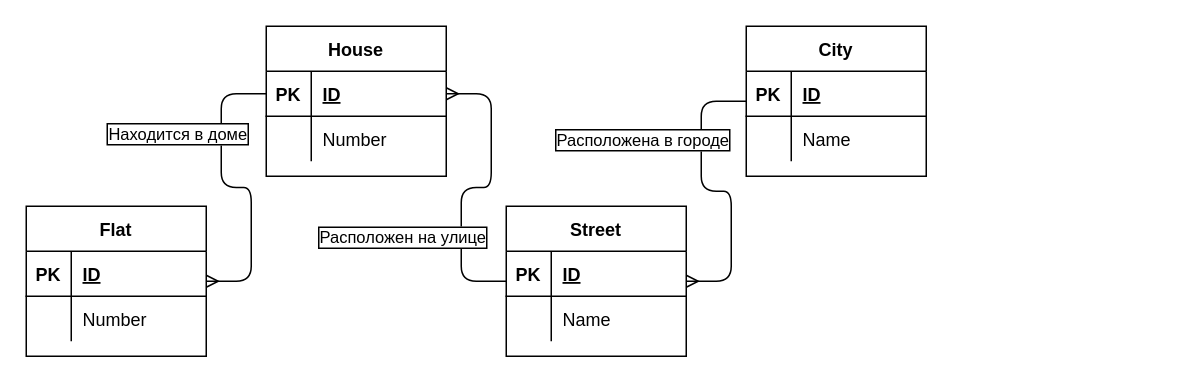
The draw.io diagram Practice 2/Belovitsky/drawio/Task2_1.drawio in vbelovitsky/BD_B2019_PING_8, before the edit. Source tidied: cells renumbered, new cells numbered last; positions are measured from the earlier drawing's top-left corner, leaving out a move shared by most shapes. Both pictures are drawn from the tidied source at 150%, with x=0, y=0 at pixel (26, 26).
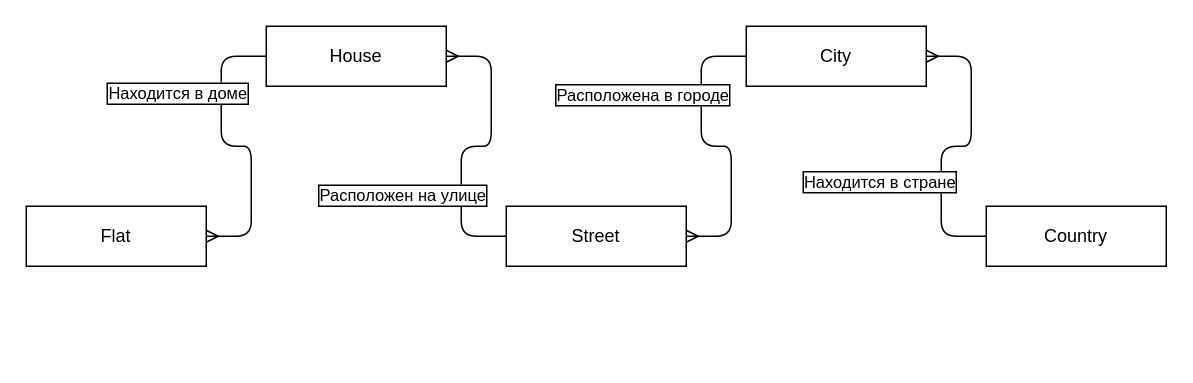
Above is the later version.

What changed in the source:
```diff
@@
-    <mxCell id="2" value="House" style="shape=table;startSize=30;childLayout=tableLayout;rowLines=0;fontStyle=1;align=center;labelBackgroundColor=#FFFFFF;" parent="1" vertex="1">
-      <mxGeometry x="160" width="120" height="100" as="geometry" />
-    </mxCell>
-    <mxCell id="3" style="shape=partialRectangle;fillColor=none;top=0;left=0;bottom=1;right=0;points=[[0,0.5],[1,0.5]];portConstraint=eastwest;" parent="2" vertex="1">
-      <mxGeometry y="30" width="120" height="30" as="geometry" />
-    </mxCell>
-    <mxCell id="4" value="PK" style="shape=partialRectangle;fillColor=none;top=0;left=0;bottom=0;right=0;fontStyle=1;overflow=hidden;" parent="3" vertex="1">
-      <mxGeometry width="30" height="30" as="geometry" />
-    </mxCell>
-    <mxCell id="5" value="ID" style="shape=partialRectangle;fillColor=none;top=0;left=0;bottom=0;right=0;align=left;spacingLeft=6;fontStyle=5;overflow=hidden;" parent="3" vertex="1">
-      <mxGeometry x="30" width="90" height="30" as="geometry" />
-    </mxCell>
-    <mxCell id="6" style="shape=partialRectangle;fillColor=none;top=0;left=0;bottom=0;right=0;" parent="2" vertex="1">
-      <mxGeometry y="60" width="120" height="30" as="geometry" />
-    </mxCell>
-    <mxCell id="7" style="shape=partialRectangle;fillColor=none;top=0;left=0;bottom=0;right=0;overflow=hidden;" parent="6" vertex="1">
-      <mxGeometry width="30" height="30" as="geometry" />
-    </mxCell>
-    <mxCell id="8" value="Number" style="shape=partialRectangle;fillColor=none;top=0;left=0;bottom=0;right=0;align=left;spacingLeft=6;overflow=hidden;" parent="6" vertex="1">
-      <mxGeometry x="30" width="90" height="30" as="geometry" />
-    </mxCell>
-    <mxCell id="9" value="Flat" style="shape=table;startSize=30;childLayout=tableLayout;rowLines=0;fontStyle=1;align=center;labelBackgroundColor=#FFFFFF;" parent="1" vertex="1">
-      <mxGeometry y="120" width="120" height="100" as="geometry" />
-    </mxCell>
-    <mxCell id="10" style="shape=partialRectangle;fillColor=none;top=0;left=0;bottom=1;right=0;" parent="9" vertex="1">
-      <mxGeometry y="30" width="120" height="30" as="geometry" />
-    </mxCell>
-    <mxCell id="11" value="PK" style="shape=partialRectangle;fillColor=none;top=0;left=0;bottom=0;right=0;fontStyle=1;overflow=hidden;" parent="10" vertex="1">
-      <mxGeometry width="30" height="30" as="geometry" />
-    </mxCell>
-    <mxCell id="12" value="ID" style="shape=partialRectangle;fillColor=none;top=0;left=0;bottom=0;right=0;align=left;spacingLeft=6;fontStyle=5;overflow=hidden;" parent="10" vertex="1">
-      <mxGeometry x="30" width="90" height="30" as="geometry" />
-    </mxCell>
-    <mxCell id="13" style="shape=partialRectangle;fillColor=none;top=0;left=0;bottom=0;right=0;" parent="9" vertex="1">
-      <mxGeometry y="60" width="120" height="30" as="geometry" />
-    </mxCell>
-    <mxCell id="14" style="shape=partialRectangle;fillColor=none;top=0;left=0;bottom=0;right=0;overflow=hidden;" parent="13" vertex="1">
-      <mxGeometry width="30" height="30" as="geometry" />
-    </mxCell>
-    <mxCell id="15" value="Number" style="shape=partialRectangle;fillColor=none;top=0;left=0;bottom=0;right=0;align=left;spacingLeft=6;overflow=hidden;" parent="13" vertex="1">
-      <mxGeometry x="30" width="90" height="30" as="geometry" />
-    </mxCell>
-    <mxCell id="16" value="Street" style="shape=table;startSize=30;childLayout=tableLayout;rowLines=0;fontStyle=1;align=center;labelBackgroundColor=#FFFFFF;" parent="1" vertex="1">
-      <mxGeometry x="320" y="120" width="120" height="100" as="geometry" />
-    </mxCell>
-    <mxCell id="17" style="shape=partialRectangle;fillColor=none;top=0;left=0;bottom=1;right=0;" parent="16" vertex="1">
-      <mxGeometry y="30" width="120" height="30" as="geometry" />
-    </mxCell>
-    <mxCell id="18" value="PK" style="shape=partialRectangle;fillColor=none;top=0;left=0;bottom=0;right=0;fontStyle=1;overflow=hidden;" parent="17" vertex="1">
-      <mxGeometry width="30" height="30" as="geometry" />
-    </mxCell>
-    <mxCell id="19" value="ID" style="shape=partialRectangle;fillColor=none;top=0;left=0;bottom=0;right=0;align=left;spacingLeft=6;fontStyle=5;overflow=hidden;" parent="17" vertex="1">
-      <mxGeometry x="30" width="90" height="30" as="geometry" />
-    </mxCell>
-    <mxCell id="20" style="shape=partialRectangle;fillColor=none;top=0;left=0;bottom=0;right=0;" parent="16" vertex="1">
-      <mxGeometry y="60" width="120" height="30" as="geometry" />
-    </mxCell>
-    <mxCell id="21" style="shape=partialRectangle;fillColor=none;top=0;left=0;bottom=0;right=0;overflow=hidden;" parent="20" vertex="1">
-      <mxGeometry width="30" height="30" as="geometry" />
-    </mxCell>
-    <mxCell id="22" value="Name" style="shape=partialRectangle;fillColor=none;top=0;left=0;bottom=0;right=0;align=left;spacingLeft=6;overflow=hidden;" parent="20" vertex="1">
-      <mxGeometry x="30" width="90" height="30" as="geometry" />
-    </mxCell>
-    <mxCell id="23" value="City" style="shape=table;startSize=30;childLayout=tableLayout;rowLines=0;fontStyle=1;align=center;labelBackgroundColor=#FFFFFF;" parent="1" vertex="1">
-      <mxGeometry x="480" width="120" height="100" as="geometry" />
-    </mxCell>
-    <mxCell id="24" style="shape=partialRectangle;fillColor=none;top=0;left=0;bottom=1;right=0;" parent="23" vertex="1">
-      <mxGeometry y="30" width="120" height="30" as="geometry" />
-    </mxCell>
-    <mxCell id="25" value="PK" style="shape=partialRectangle;fillColor=none;top=0;left=0;bottom=0;right=0;fontStyle=1;overflow=hidden;" parent="24" vertex="1">
-      <mxGeometry width="30" height="30" as="geometry" />
-    </mxCell>
-    <mxCell id="26" value="ID" style="shape=partialRectangle;fillColor=none;top=0;left=0;bottom=0;right=0;align=left;spacingLeft=6;fontStyle=5;overflow=hidden;" parent="24" vertex="1">
-      <mxGeometry x="30" width="90" height="30" as="geometry" />
-    </mxCell>
-    <mxCell id="27" style="shape=partialRectangle;fillColor=none;top=0;left=0;bottom=0;right=0;" parent="23" vertex="1">
-      <mxGeometry y="60" width="120" height="30" as="geometry" />
-    </mxCell>
-    <mxCell id="28" style="shape=partialRectangle;fillColor=none;top=0;left=0;bottom=0;right=0;overflow=hidden;" parent="27" vertex="1">
-      <mxGeometry width="30" height="30" as="geometry" />
-    </mxCell>
-    <mxCell id="29" value="Name" style="shape=partialRectangle;fillColor=none;top=0;left=0;bottom=0;right=0;align=left;spacingLeft=6;overflow=hidden;" parent="27" vertex="1">
-      <mxGeometry x="30" width="90" height="30" as="geometry" />
-    </mxCell>
-    <mxCell id="30" style="edgeStyle=entityRelationEdgeStyle;fontSize=12;html=1;endArrow=ERmany;exitX=0;exitY=0.5;exitDx=0;exitDy=0;" parent="1" edge="1" source="3" target="9">
+    <mxCell id="30" style="edgeStyle=entityRelationEdgeStyle;fontSize=12;html=1;endArrow=ERmany;exitX=0;exitY=0.5;exitDx=0;exitDy=0;entryX=1;entryY=0.5;entryDx=0;entryDy=0;" parent="1" edge="1" source="2" target="9">
       <mxGeometry relative="1" as="geometry" />
     </mxCell>
@@
-    <mxCell id="32" style="edgeStyle=entityRelationEdgeStyle;fontSize=12;html=1;endArrow=ERmany;entryX=1;entryY=0.5;entryDx=0;entryDy=0;" parent="1" edge="1" source="16" target="3">
+    <mxCell id="32" style="edgeStyle=entityRelationEdgeStyle;fontSize=12;html=1;endArrow=ERmany;entryX=1;entryY=0.5;entryDx=0;entryDy=0;exitX=0;exitY=0.5;exitDx=0;exitDy=0;" parent="1" edge="1" source="16" target="2">
       <mxGeometry relative="1" as="geometry" />
     </mxCell>
@@
+    <mxCell id="9" value="Flat" style="whiteSpace=wrap;html=1;align=center;" parent="1" vertex="1">
+      <mxGeometry y="120" width="120" height="40" as="geometry" />
+    </mxCell>
+    <mxCell id="2" value="House" style="whiteSpace=wrap;html=1;align=center;" parent="1" vertex="1">
+      <mxGeometry x="160" width="120" height="40" as="geometry" />
+    </mxCell>
+    <mxCell id="16" value="Street" style="whiteSpace=wrap;html=1;align=center;" parent="1" vertex="1">
+      <mxGeometry x="320" y="120" width="120" height="40" as="geometry" />
+    </mxCell>
-    <mxCell id="34" style="edgeStyle=entityRelationEdgeStyle;fontSize=12;html=1;endArrow=ERmany;" parent="1" edge="1" source="23" target="16">
+    <mxCell id="34" style="edgeStyle=entityRelationEdgeStyle;fontSize=12;html=1;endArrow=ERmany;startArrow=none;startFill=0;endFill=0;exitX=0;exitY=0.5;exitDx=0;exitDy=0;" parent="1" edge="1" source="23" target="16">
       <mxGeometry relative="1" as="geometry" />
     </mxCell>
@@
+    <mxCell id="23" value="City" style="whiteSpace=wrap;html=1;align=center;" parent="1" vertex="1">
+      <mxGeometry x="480" width="120" height="40" as="geometry" />
+    </mxCell>
+    <mxCell id="36" value="Country" style="whiteSpace=wrap;html=1;align=center;" parent="1" vertex="1">
+      <mxGeometry x="640" y="120" width="120" height="40" as="geometry" />
+    </mxCell>
+    <mxCell id="37" style="edgeStyle=entityRelationEdgeStyle;fontSize=12;html=1;endArrow=ERmany;startArrow=none;startFill=0;endFill=0;exitX=0;exitY=0.5;exitDx=0;exitDy=0;entryX=1;entryY=0.5;entryDx=0;entryDy=0;" parent="1" edge="1" source="36" target="23">
+      <mxGeometry relative="1" as="geometry" />
+    </mxCell>
+    <mxCell id="38" value="Находится в стране" style="edgeLabel;html=1;align=center;verticalAlign=middle;labelBorderColor=#000000;" parent="37" vertex="1">
+      <mxGeometry x="-0.39" y="1" relative="1" as="geometry">
+        <mxPoint x="-41" y="-6" as="offset" />
+      </mxGeometry>
+    </mxCell>
```
